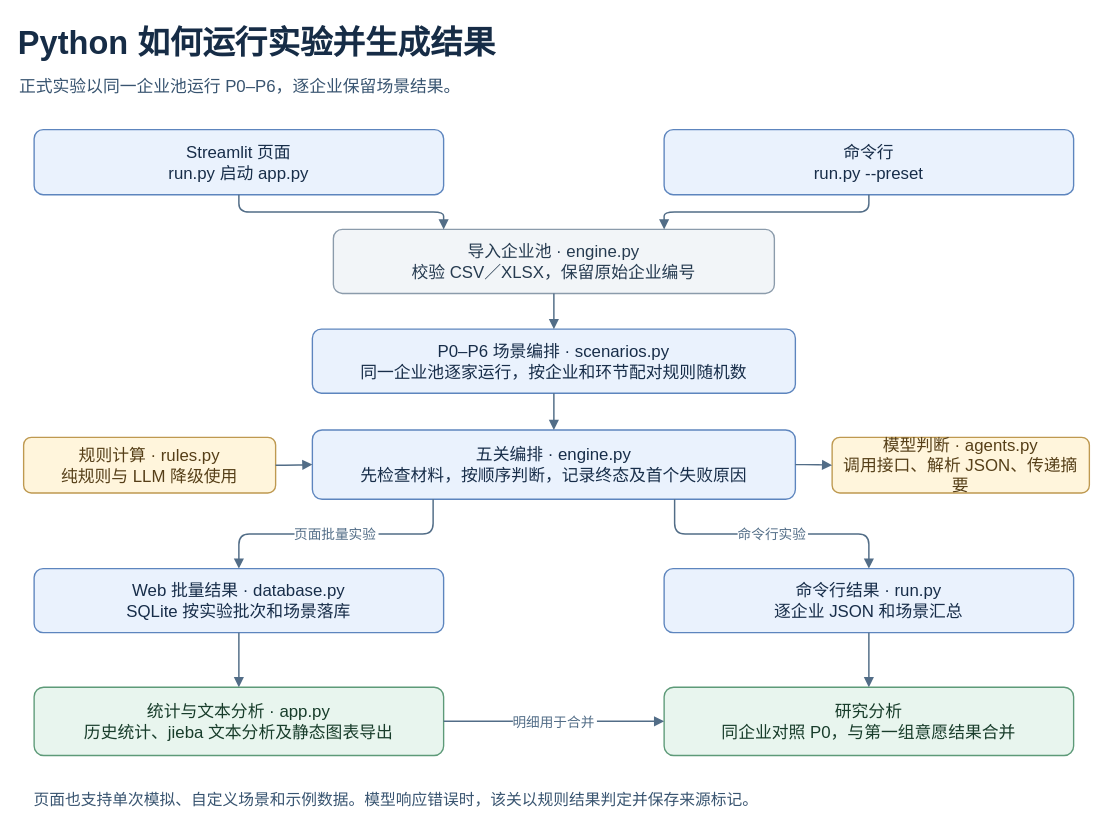
The draw.io diagram page "Python 软件流程" (2 of 3) of research/链路组2流程图.drawio in tqw621/green-bond-agents, before the edit. Source tidied: cells renumbered, new cells numbered last; positions are measured from the earlier drawing's top-left corner, leaving out a move shared by most shapes. Both pictures are drawn from the tidied source at 105%, with x=0, y=0 at pixel (18, 18).
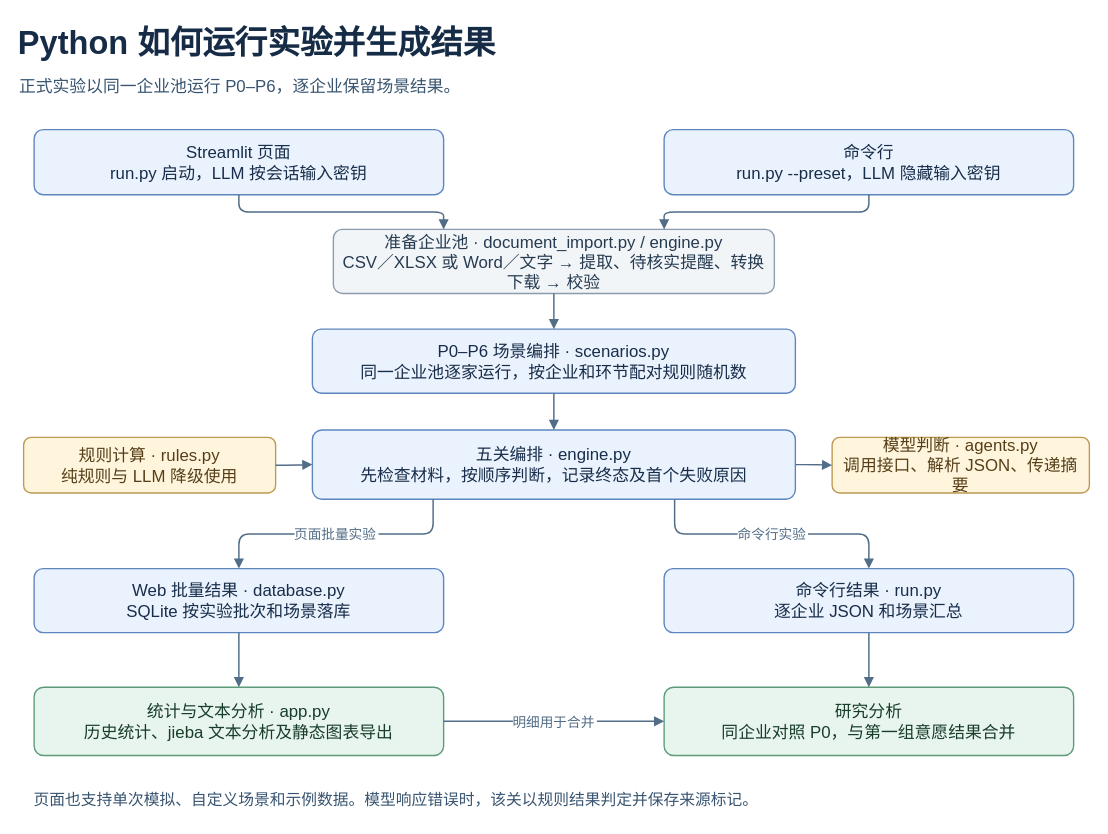
Above is the later version.

The edit, as a diff of the source:
```diff
@@
-    <mxCell id="4" value="Streamlit 页面&#10;run.py 启动 app.py" style="rounded=1;arcSize=14;whiteSpace=wrap;html=0;align=center;verticalAlign=middle;fontFamily=Microsoft YaHei;fontSize=16;fontColor=#172D49;fillColor=#EAF2FD;strokeColor=#5D85BE;strokeWidth=1.3;spacing=8;" parent="1" vertex="1">
+    <mxCell id="4" value="Streamlit 页面&#10;run.py 启动，LLM 按会话输入密钥" style="rounded=1;arcSize=14;whiteSpace=wrap;html=0;align=center;verticalAlign=middle;fontFamily=Microsoft YaHei;fontSize=16;fontColor=#172D49;fillColor=#EAF2FD;strokeColor=#5D85BE;strokeWidth=1.3;spacing=8;" parent="1" vertex="1">
       <mxGeometry x="15" y="106" width="390" height="62" as="geometry" />
     </mxCell>
-    <mxCell id="5" value="命令行&#10;run.py --preset" style="rounded=1;arcSize=14;whiteSpace=wrap;html=0;align=center;verticalAlign=middle;fontFamily=Microsoft YaHei;fontSize=16;fontColor=#172D49;fillColor=#EAF2FD;strokeColor=#5D85BE;strokeWidth=1.3;spacing=8;" parent="1" vertex="1">
+    <mxCell id="5" value="命令行&#10;run.py --preset，LLM 隐藏输入密钥" style="rounded=1;arcSize=14;whiteSpace=wrap;html=0;align=center;verticalAlign=middle;fontFamily=Microsoft YaHei;fontSize=16;fontColor=#172D49;fillColor=#EAF2FD;strokeColor=#5D85BE;strokeWidth=1.3;spacing=8;" parent="1" vertex="1">
       <mxGeometry x="615" y="106" width="390" height="62" as="geometry" />
     </mxCell>
-    <mxCell id="6" value="导入企业池 · engine.py&#10;校验 CSV／XLSX，保留原始企业编号" style="rounded=1;arcSize=14;whiteSpace=wrap;html=0;align=center;verticalAlign=middle;fontFamily=Microsoft YaHei;fontSize=16;fontColor=#263B50;fillColor=#F2F5F8;strokeColor=#8B9BAB;strokeWidth=1.3;spacing=8;" parent="1" vertex="1">
+    <mxCell id="6" value="准备企业池 · document_import.py / engine.py&#10;CSV／XLSX 或 Word／文字 → 提取、待核实提醒、转换下载 → 校验" style="rounded=1;arcSize=14;whiteSpace=wrap;html=0;align=center;verticalAlign=middle;fontFamily=Microsoft YaHei;fontSize=16;fontColor=#263B50;fillColor=#F2F5F8;strokeColor=#8B9BAB;strokeWidth=1.3;spacing=8;" parent="1" vertex="1">
       <mxGeometry x="300" y="201" width="420" height="61" as="geometry" />
     </mxCell>
```
